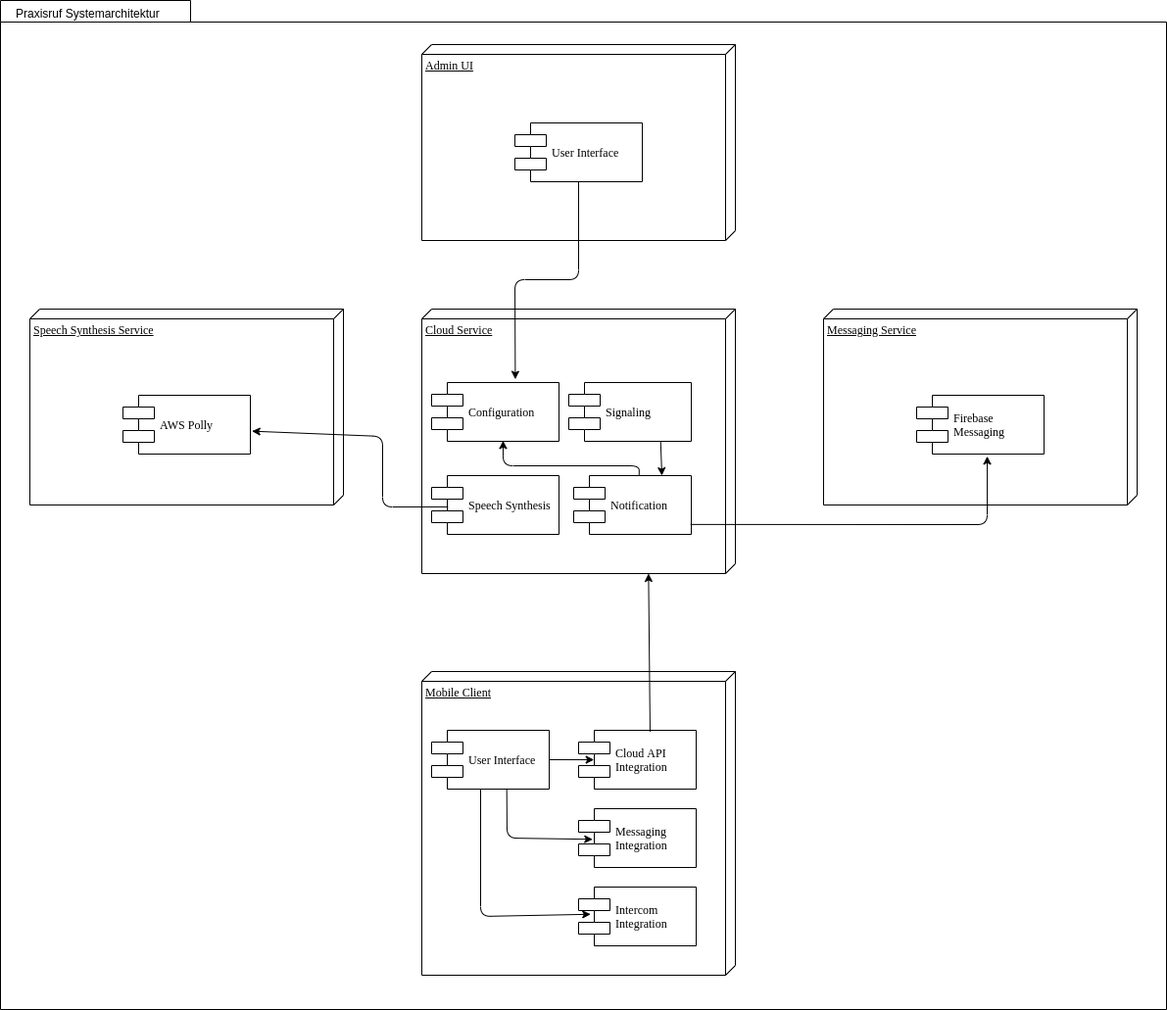
Earlier version of the draw.io export src/graphics/diagramms/Component_System_V02.png (jsvilling/IP6_Bachelorarbeit_Bericht_Cloudbasiertes_Praxisrufsystem). Source tidied: cells renumbered, new cells last; positions are measured from the earlier drawing's top-left corner, leaving out a move shared by most shapes.
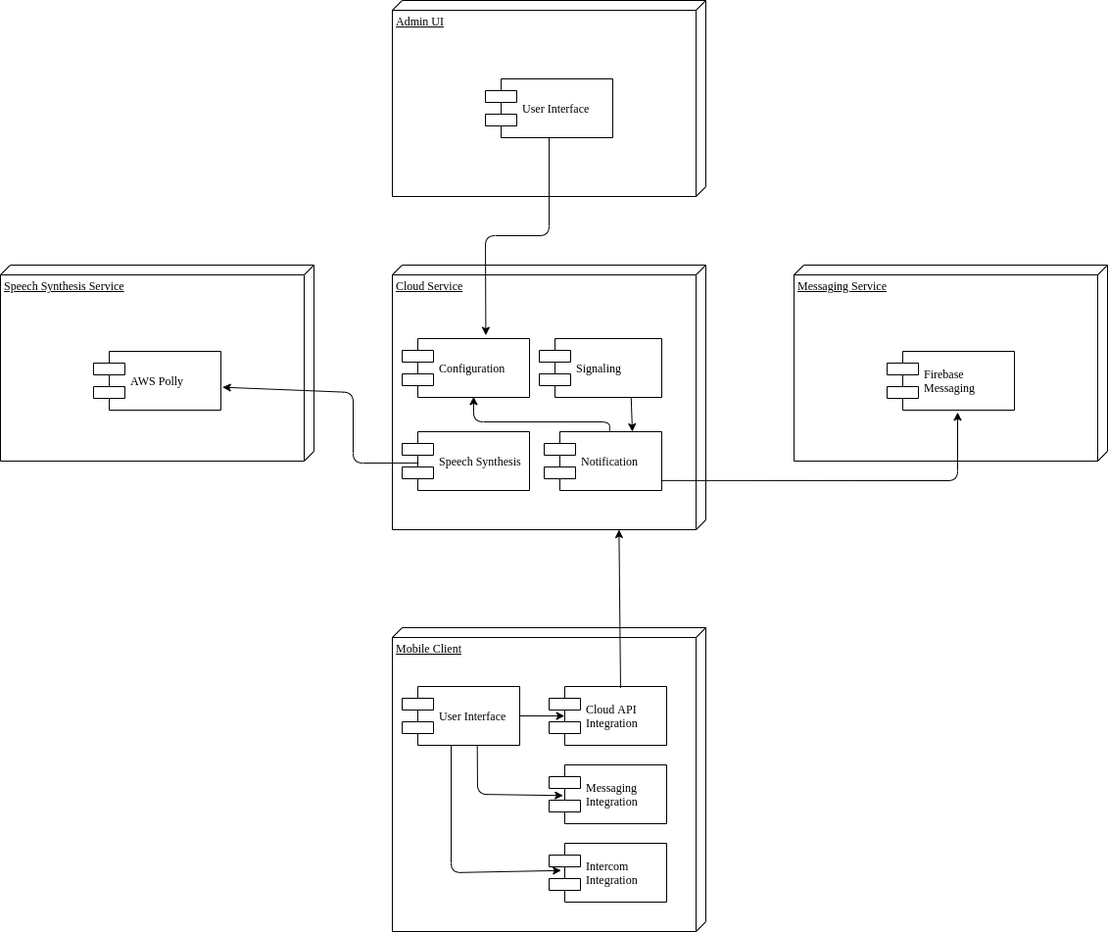
Above is the later version.

What changed in the source:
```diff
@@ -2,9 +2,6 @@
   <root>
     <mxCell id="0" />
     <mxCell id="1" parent="0" />
-    <mxCell id="2" style="shape=folder;fontStyle=1;spacingTop=10;tabWidth=194;tabHeight=22;tabPosition=left;html=1;rounded=0;shadow=0;comic=0;labelBackgroundColor=none;strokeWidth=1;fillColor=none;fontFamily=Verdana;fontSize=10;align=center;" parent="1" vertex="1">
-      <mxGeometry width="1190" height="1030" as="geometry" />
-    </mxCell>
     <mxCell id="3" value="Mobile Client" style="verticalAlign=top;align=left;spacingTop=8;spacingLeft=2;spacingRight=12;shape=cube;size=10;direction=south;fontStyle=4;html=1;rounded=0;shadow=0;comic=0;labelBackgroundColor=none;strokeWidth=1;fontFamily=Verdana;fontSize=12;" parent="1" vertex="1">
       <mxGeometry x="430" y="685" width="320" height="310" as="geometry" />
     </mxCell>
@@ -14,9 +11,6 @@
     <mxCell id="5" value="Messaging &lt;br&gt;Integration" style="shape=component;align=left;spacingLeft=36;rounded=0;shadow=0;comic=0;labelBackgroundColor=none;strokeWidth=1;fontFamily=Verdana;fontSize=12;html=1;" parent="1" vertex="1">
       <mxGeometry x="590" y="825" width="120" height="60" as="geometry" />
     </mxCell>
-    <mxCell id="6" value="Praxisruf Systemarchitektur" style="text;strokeColor=none;fillColor=none;align=left;verticalAlign=top;spacingLeft=4;spacingRight=4;overflow=hidden;" parent="1" vertex="1">
-      <mxGeometry x="10" width="180" height="26" as="geometry" />
-    </mxCell>
     <mxCell id="7" value="Admin UI" style="verticalAlign=top;align=left;spacingTop=8;spacingLeft=2;spacingRight=12;shape=cube;size=10;direction=south;fontStyle=4;html=1;rounded=0;shadow=0;comic=0;labelBackgroundColor=none;strokeWidth=1;fontFamily=Verdana;fontSize=12;" parent="1" vertex="1">
       <mxGeometry x="430" y="45" width="320" height="200" as="geometry" />
     </mxCell>
```
